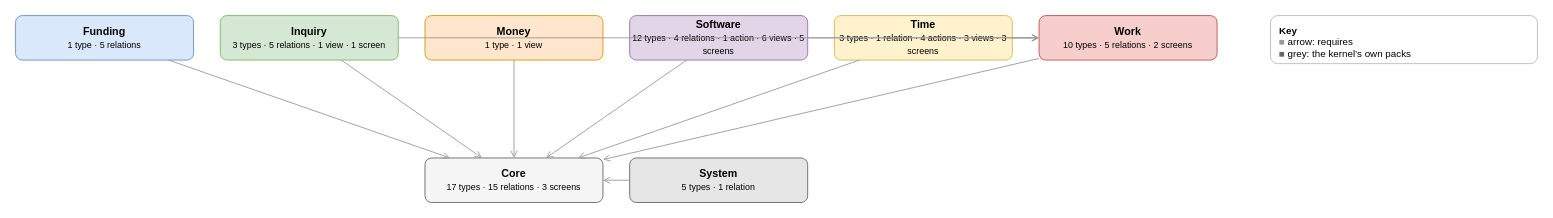
AlexReiner98/archipelago keeps this draw.io diagram as page "Types: packs" (3 of 3) of docs/diagrams/types.drawio. Above is the earlier version. Source tidied: cells renumbered, new cells numbered last; positions are measured from the earlier drawing's top-left corner, leaving out a move shared by most shapes. Both pictures are drawn from the tidied source at 89%, with x=0, y=0 at pixel (15, 15).
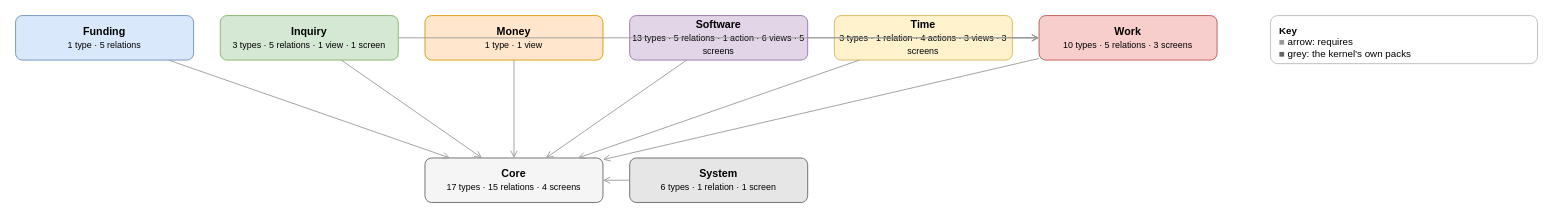
The same page after the edit.

Change to the diagram source:
```diff
@@
-    <mxCell id="5" value="&lt;b&gt;Software&lt;/b&gt;&lt;br&gt;&lt;font style=&quot;font-size:10px&quot;&gt;12 types · 4 relations · 1 action · 6 views · 5 screens&lt;/font&gt;" style="rounded=1;html=1;whiteSpace=wrap;fontSize=12;fillColor=#e1d5e7;strokeColor=#9673a6;" parent="1" vertex="1">
+    <mxCell id="5" value="&lt;b&gt;Software&lt;/b&gt;&lt;br&gt;&lt;font style=&quot;font-size:10px&quot;&gt;13 types · 5 relations · 1 action · 6 views · 5 screens&lt;/font&gt;" style="rounded=1;html=1;whiteSpace=wrap;fontSize=12;fillColor=#e1d5e7;strokeColor=#9673a6;" parent="1" vertex="1">
       <mxGeometry x="690" width="200" height="50" as="geometry" />
     </mxCell>
@@
-    <mxCell id="7" value="&lt;b&gt;Work&lt;/b&gt;&lt;br&gt;&lt;font style=&quot;font-size:10px&quot;&gt;10 types · 5 relations · 2 screens&lt;/font&gt;" style="rounded=1;html=1;whiteSpace=wrap;fontSize=12;fillColor=#f8cecc;strokeColor=#b85450;" parent="1" vertex="1">
+    <mxCell id="7" value="&lt;b&gt;Work&lt;/b&gt;&lt;br&gt;&lt;font style=&quot;font-size:10px&quot;&gt;10 types · 5 relations · 3 screens&lt;/font&gt;" style="rounded=1;html=1;whiteSpace=wrap;fontSize=12;fillColor=#f8cecc;strokeColor=#b85450;" parent="1" vertex="1">
       <mxGeometry x="1150" width="200" height="50" as="geometry" />
     </mxCell>
-    <mxCell id="8" value="&lt;b&gt;Core&lt;/b&gt;&lt;br&gt;&lt;font style=&quot;font-size:10px&quot;&gt;17 types · 15 relations · 3 screens&lt;/font&gt;" style="rounded=1;html=1;whiteSpace=wrap;fontSize=12;fillColor=#f5f5f5;strokeColor=#666666;" parent="1" vertex="1">
+    <mxCell id="8" value="&lt;b&gt;Core&lt;/b&gt;&lt;br&gt;&lt;font style=&quot;font-size:10px&quot;&gt;17 types · 15 relations · 4 screens&lt;/font&gt;" style="rounded=1;html=1;whiteSpace=wrap;fontSize=12;fillColor=#f5f5f5;strokeColor=#666666;" parent="1" vertex="1">
       <mxGeometry x="460" y="160" width="200" height="50" as="geometry" />
     </mxCell>
-    <mxCell id="9" value="&lt;b&gt;System&lt;/b&gt;&lt;br&gt;&lt;font style=&quot;font-size:10px&quot;&gt;5 types · 1 relation&lt;/font&gt;" style="rounded=1;html=1;whiteSpace=wrap;fontSize=12;fillColor=#e6e6e6;strokeColor=#666666;" parent="1" vertex="1">
+    <mxCell id="9" value="&lt;b&gt;System&lt;/b&gt;&lt;br&gt;&lt;font style=&quot;font-size:10px&quot;&gt;6 types · 1 relation · 1 screen&lt;/font&gt;" style="rounded=1;html=1;whiteSpace=wrap;fontSize=12;fillColor=#e6e6e6;strokeColor=#666666;" parent="1" vertex="1">
       <mxGeometry x="690" y="160" width="200" height="50" as="geometry" />
     </mxCell>
```
